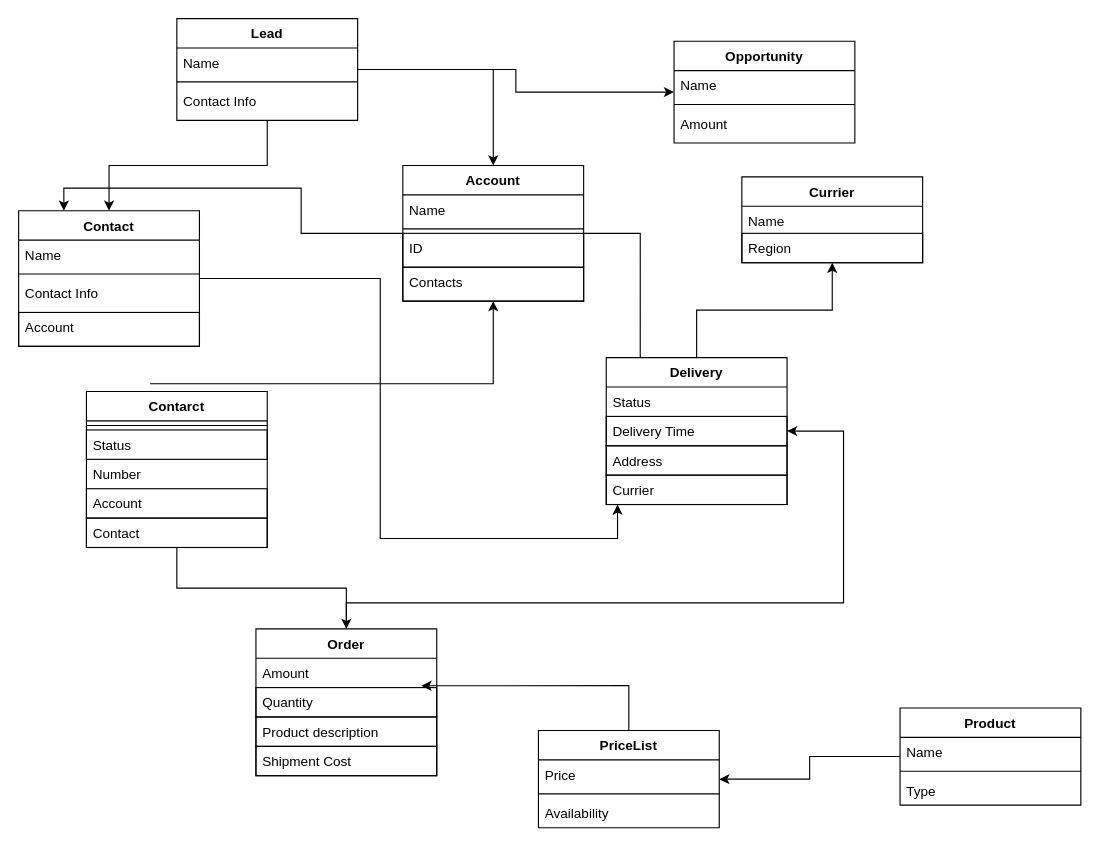
lazesergiu04/Project_DA_Java_EN_Testing keeps this draw.io diagram as Untitled Diagram.drawio. Above is the earlier version. Source tidied: cells renumbered, new cells numbered last; positions are measured from the earlier drawing's top-left corner, leaving out a move shared by most shapes. Both pictures are drawn from the tidied source at 113%, with x=0, y=0 at pixel (18, 18).
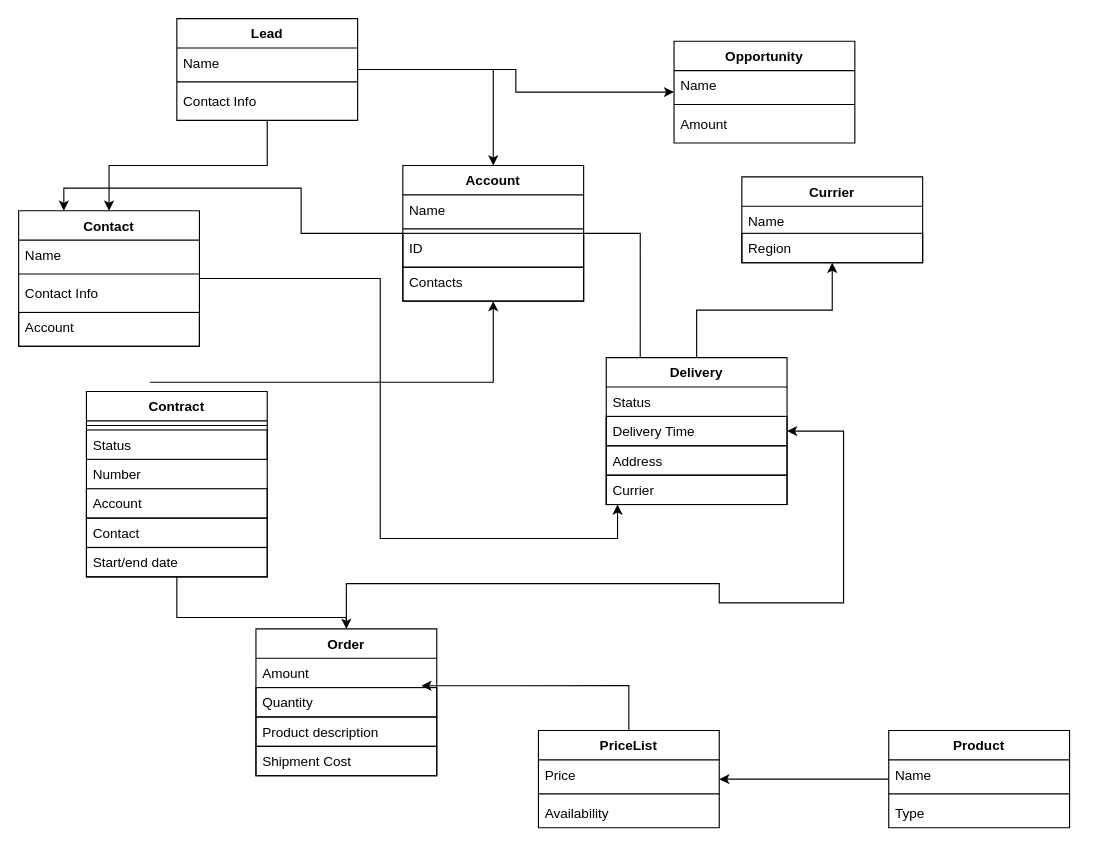
After the change.

Commit message:
UML Diagram

The change refers to these unchanged cells:
```xml
<mxCell id="37" value="Delivery Time" style="text;fillColor=none;align=left;verticalAlign=top;spacingLeft=4;spacingRight=4;overflow=hidden;points=[[0,0.5],[1,0.5]];portConstraint=eastwest;strokeColor=#000000;" parent="35" vertex="1">
  <mxGeometry y="52" width="160" height="26" as="geometry" />
</mxCell>
<mxCell id="40" value="Order" style="swimlane;fontStyle=1;align=center;verticalAlign=top;horizontal=1;startSize=26;" parent="1" vertex="1">
  <mxGeometry x="210" y="540" width="160" height="130" as="geometry" />
</mxCell>
```

The edit, as a diff of the source:
```diff
@@
     <mxCell id="8" style="edgeStyle=orthogonalEdgeStyle;rounded=0;jettySize=auto;html=1;" parent="1" edge="1" source="45" target="40">
-      <mxGeometry relative="1" as="geometry" />
+      <mxGeometry relative="1" as="geometry">
+        <Array as="points">
+          <mxPoint x="140" y="530" />
+          <mxPoint x="290" y="530" />
+        </Array>
+      </mxGeometry>
     </mxCell>
@@
     <mxCell id="24" style="edgeStyle=orthogonalEdgeStyle;rounded=0;jettySize=auto;html=1;entryX=1;entryY=0.5;entryDx=0;entryDy=0;" parent="1" edge="1" source="40" target="37">
       <mxGeometry relative="1" as="geometry">
         <Array as="points">
+          <mxPoint x="290" y="500" />
+          <mxPoint x="620" y="500" />
           <mxPoint x="620" y="517" />
           <mxPoint x="730" y="517" />
-          <mxPoint x="730" y="391" />
+          <mxPoint x="730" y="365" />
         </Array>
       </mxGeometry>
     </mxCell>
@@
-    <mxCell id="45" value="Contarct" style="swimlane;fontStyle=1;align=center;verticalAlign=top;horizontal=1;startSize=26;" parent="1" vertex="1">
-      <mxGeometry x="60" y="330" width="160" height="138" as="geometry" />
+    <mxCell id="45" value="Contract" style="swimlane;fontStyle=1;align=center;verticalAlign=top;horizontal=1;startSize=26;" parent="1" vertex="1">
+      <mxGeometry x="60" y="330" width="160" height="164" as="geometry" />
     </mxCell>
@@
+    <mxCell id="59" value="Contact" style="text;fillColor=none;align=left;verticalAlign=top;spacingLeft=4;spacingRight=4;overflow=hidden;strokeColor=#000000;" parent="45" vertex="1">
+      <mxGeometry y="112" width="160" height="26" as="geometry" />
+    </mxCell>
-    <mxCell id="50" value="Contact" style="text;fillColor=none;align=left;verticalAlign=top;spacingLeft=4;spacingRight=4;overflow=hidden;strokeColor=#000000;" parent="45" vertex="1">
-      <mxGeometry y="112" width="160" height="26" as="geometry" />
+    <mxCell id="50" value="Start/end date" style="text;fillColor=none;align=left;verticalAlign=top;spacingLeft=4;spacingRight=4;overflow=hidden;strokeColor=#000000;" parent="45" vertex="1">
+      <mxGeometry y="138" width="160" height="26" as="geometry" />
     </mxCell>
@@
     <mxCell id="55" value="Product" style="swimlane;fontStyle=1;align=center;verticalAlign=top;horizontal=1;startSize=26;" parent="1" vertex="1">
-      <mxGeometry x="780" y="610" width="160" height="86" as="geometry" />
+      <mxGeometry x="770" y="630" width="160" height="86" as="geometry" />
     </mxCell>
```
